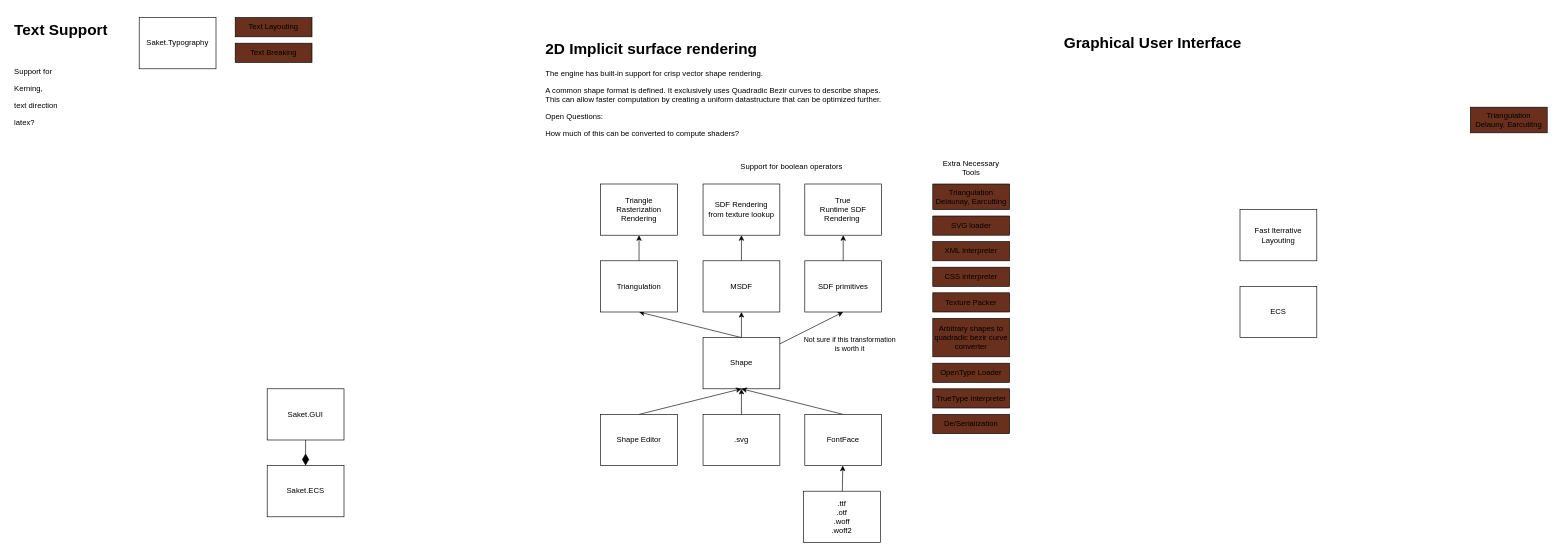
SorenSaket/Saket.Engine keeps this draw.io diagram as documentation/architecture.drawio. Above is the earlier version. Source tidied: cells renumbered, new cells numbered last; positions are measured from the earlier drawing's top-left corner, leaving out a move shared by most shapes. Both pictures are drawn from the tidied source at 64%, with x=0, y=0 at pixel (11, 17).
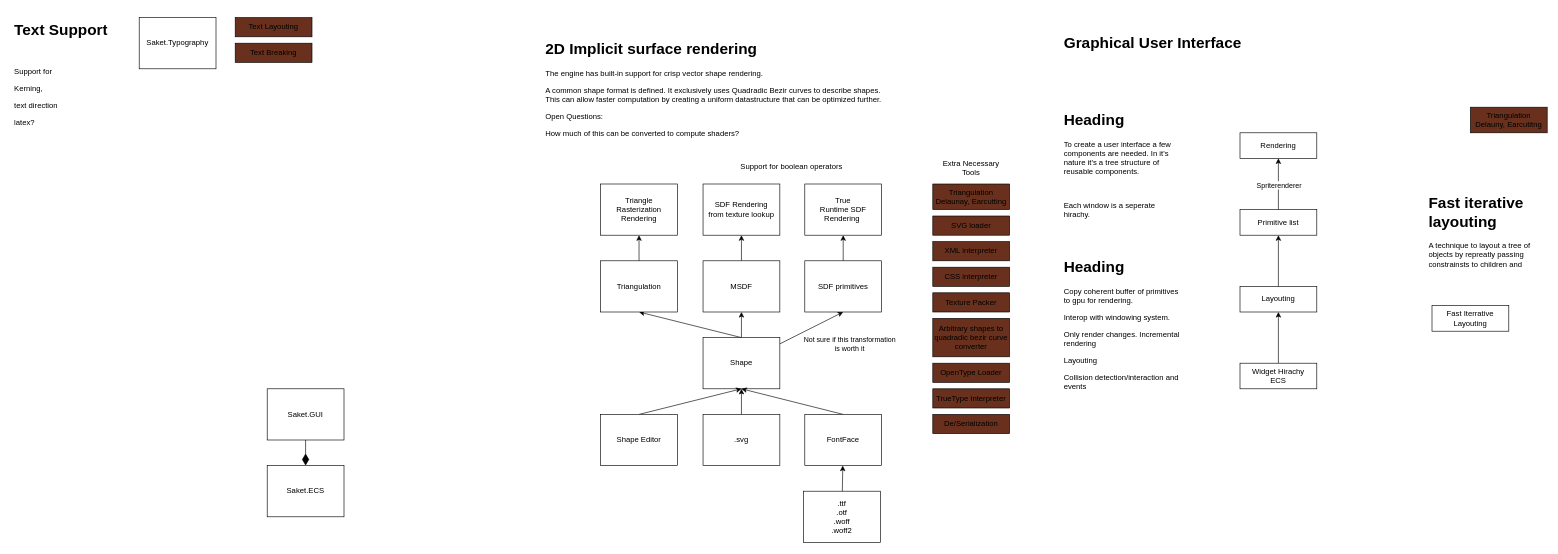
Above is the later version.

The edit, as a diff of the source:
```diff
@@
+    <mxCell id="47" style="edgeStyle=none;html=1;entryX=0.5;entryY=1;entryDx=0;entryDy=0;" parent="1" edge="1" source="44" target="53">
+      <mxGeometry relative="1" as="geometry" />
+    </mxCell>
-    <mxCell id="44" value="Fast Iterrative Layouting" style="rounded=0;whiteSpace=wrap;html=1;" parent="1" vertex="1">
-      <mxGeometry x="1920" y="300" width="120" height="80" as="geometry" />
+    <mxCell id="44" value="Layouting" style="rounded=0;whiteSpace=wrap;html=1;" parent="1" vertex="1">
+      <mxGeometry x="1920" y="420" width="120" height="40" as="geometry" />
     </mxCell>
-    <mxCell id="45" value="ECS" style="rounded=0;whiteSpace=wrap;html=1;" parent="1" vertex="1">
-      <mxGeometry x="1920" y="420" width="120" height="80" as="geometry" />
-    </mxCell>
@@
+    <mxCell id="48" style="edgeStyle=none;html=1;entryX=0.5;entryY=1;entryDx=0;entryDy=0;" parent="1" edge="1" source="49" target="44">
+      <mxGeometry relative="1" as="geometry" />
+    </mxCell>
+    <mxCell id="49" value="Widget Hirachy&lt;br&gt;ECS" style="rounded=0;whiteSpace=wrap;html=1;" parent="1" vertex="1">
+      <mxGeometry x="1920" y="540" width="120" height="40" as="geometry" />
+    </mxCell>
+    <mxCell id="50" value="&lt;h1&gt;Heading&lt;/h1&gt;&lt;p&gt;To create a user interface a few components are needed. In it's nature it's a tree structure of reusable components.&lt;/p&gt;&lt;p&gt;&lt;br&gt;&lt;/p&gt;&lt;p&gt;Each window is a seperate hirachy.&lt;/p&gt;&lt;p&gt;&lt;br&gt;&lt;/p&gt;&lt;p&gt;&lt;br&gt;&lt;/p&gt;&lt;p&gt;&lt;br&gt;&lt;/p&gt;&lt;p&gt;&lt;br&gt;&lt;/p&gt;&lt;p&gt;&lt;br&gt;&lt;/p&gt;" style="text;html=1;strokeColor=none;fillColor=none;spacing=5;spacingTop=-20;whiteSpace=wrap;overflow=hidden;rounded=0;" parent="1" vertex="1">
+      <mxGeometry x="1640" y="140" width="190" height="430" as="geometry" />
+    </mxCell>
+    <mxCell id="51" style="edgeStyle=none;html=1;" parent="1" edge="1" source="53" target="55">
+      <mxGeometry relative="1" as="geometry" />
+    </mxCell>
+    <mxCell id="52" value="Spriterenderer" style="edgeLabel;html=1;align=center;verticalAlign=middle;" parent="51" vertex="1">
+      <mxGeometry x="-0.19" y="-4" relative="1" as="geometry">
+        <mxPoint x="-4" y="-7" as="offset" />
+      </mxGeometry>
+    </mxCell>
+    <mxCell id="53" value="Primitive list" style="rounded=0;whiteSpace=wrap;html=1;" parent="1" vertex="1">
+      <mxGeometry x="1920" y="300" width="120" height="40" as="geometry" />
+    </mxCell>
+    <mxCell id="54" value="&lt;h1&gt;Fast iterative layouting&lt;/h1&gt;&lt;div&gt;A technique to layout a tree of objects by repreatly passing constrainsts to children and&amp;nbsp;&lt;/div&gt;" style="text;html=1;strokeColor=none;fillColor=none;spacing=5;spacingTop=-20;whiteSpace=wrap;overflow=hidden;rounded=0;" parent="1" vertex="1">
+      <mxGeometry x="2210" y="270" width="190" height="120" as="geometry" />
+    </mxCell>
+    <mxCell id="55" value="Rendering" style="rounded=0;whiteSpace=wrap;html=1;" parent="1" vertex="1">
+      <mxGeometry x="1920" y="180" width="120" height="40" as="geometry" />
+    </mxCell>
+    <mxCell id="56" value="Fast Iterrative Layouting" style="rounded=0;whiteSpace=wrap;html=1;" parent="1" vertex="1">
+      <mxGeometry x="2220" y="450" width="120" height="40" as="geometry" />
+    </mxCell>
+    <mxCell id="57" value="&lt;h1&gt;Heading&lt;/h1&gt;&lt;p&gt;Copy coherent buffer of primitives to gpu for rendering.&lt;/p&gt;&lt;p&gt;Interop with windowing system.&lt;/p&gt;&lt;p&gt;Only render changes. Incremental rendering&lt;/p&gt;&lt;p&gt;Layouting&lt;/p&gt;&lt;p&gt;Collision detection/interaction and events&lt;/p&gt;&lt;p&gt;&lt;br&gt;&lt;/p&gt;&lt;p&gt;&lt;br&gt;&lt;/p&gt;&lt;p&gt;&lt;br&gt;&lt;/p&gt;&lt;p&gt;&lt;br&gt;&lt;/p&gt;&lt;p&gt;&lt;br&gt;&lt;/p&gt;&lt;p&gt;&lt;br&gt;&lt;/p&gt;" style="text;html=1;strokeColor=none;fillColor=none;spacing=5;spacingTop=-20;whiteSpace=wrap;overflow=hidden;rounded=0;" parent="1" vertex="1">
+      <mxGeometry x="1640" y="370" width="190" height="430" as="geometry" />
+    </mxCell>
```
